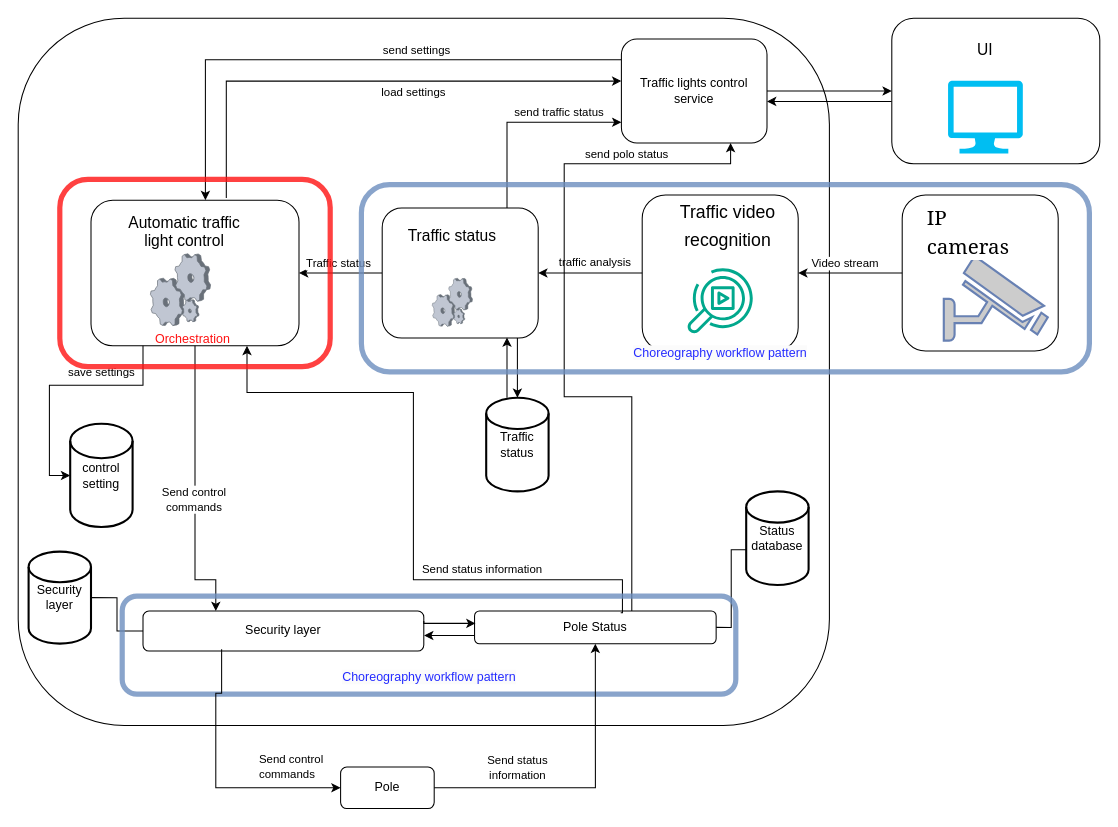
Before: Untitled Diagram.drawio in Mrazbb/OAMK_DDD, a draw.io diagram. Source tidied: cells renumbered, new cells numbered last; positions are measured from the earlier drawing's top-left corner, leaving out a move shared by most shapes. Both pictures are drawn from the tidied source at 104%, with x=0, y=0 at pixel (18, 18).
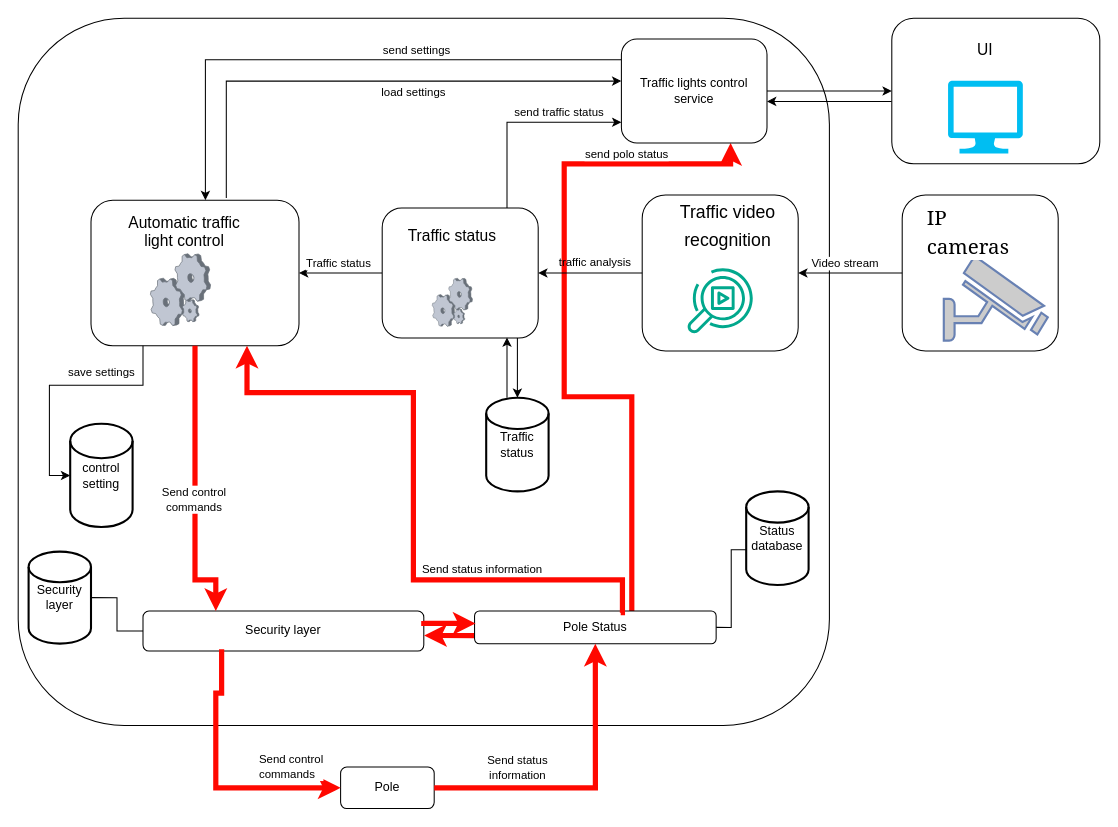
Above is the later version.

Commit message:
Architecture testing

The change refers to these unchanged cells:
```xml
<mxCell id="2" value="Pole" style="rounded=1;whiteSpace=wrap;html=1;" parent="1" vertex="1">
  <mxGeometry x="310" y="720" width="90" height="40" as="geometry" />
</mxCell>
<mxCell id="4" style="group;" parent="3" vertex="1">
  <mxGeometry x="-30" y="-300" width="790" height="680" as="geometry" />
</mxCell>
<mxCell id="6" value="Security layer" style="rounded=1;whiteSpace=wrap;html=1;" parent="4" vertex="1">
  <mxGeometry x="120" y="570" width="270" height="38.5" as="geometry" />
</mxCell>
<mxCell id="10" value="Pole Status" style="rounded=1;whiteSpace=wrap;html=1;" parent="4" vertex="1">
  <mxGeometry x="438.8" y="570" width="232.3" height="31.5" as="geometry" />
</mxCell>
<mxCell id="16" style="rounded=1;whiteSpace=wrap;html=1;" parent="4" vertex="1">
  <mxGeometry x="70" y="175" width="200" height="140" as="geometry" />
</mxCell>
<mxCell id="39" value="Traffic lights control service" style="rounded=1;whiteSpace=wrap;html=1;" parent="4" vertex="1">
  <mxGeometry x="580" y="20" width="140" height="100" as="geometry" />
</mxCell>
```

Diff of the diagram source:
```diff
@@
-    <mxCell id="7" style="edgeStyle=orthogonalEdgeStyle;shape=connector;rounded=0;jettySize=auto;html=1;exitX=0;exitY=0.75;exitDx=0;exitDy=0;labelBackgroundColor=default;strokeColor=default;align=center;verticalAlign=middle;fontFamily=Helvetica;fontSize=11;fontColor=default;endArrow=classic;entryX=1.001;entryY=0.612;entryDx=0;entryDy=0;entryPerimeter=0;" parent="4" edge="1" source="10" target="6">
+    <mxCell id="7" style="edgeStyle=orthogonalEdgeStyle;shape=connector;rounded=0;jettySize=auto;html=1;exitX=0;exitY=0.75;exitDx=0;exitDy=0;labelBackgroundColor=default;strokeColor=#FF0800;align=center;verticalAlign=middle;fontFamily=Helvetica;fontSize=11;fontColor=default;endArrow=classic;entryX=1.001;entryY=0.612;entryDx=0;entryDy=0;entryPerimeter=0;strokeWidth=5;" parent="4" edge="1" source="10" target="6">
       <mxGeometry relative="1" as="geometry" />
     </mxCell>
-    <mxCell id="8" style="edgeStyle=orthogonalEdgeStyle;shape=connector;rounded=0;jettySize=auto;html=1;entryX=0.75;entryY=1;entryDx=0;entryDy=0;labelBackgroundColor=default;strokeColor=default;align=center;verticalAlign=middle;fontFamily=Helvetica;fontSize=11;fontColor=default;endArrow=classic;" parent="4" edge="1" source="10" target="39">
+    <mxCell id="8" style="edgeStyle=orthogonalEdgeStyle;shape=connector;rounded=0;jettySize=auto;html=1;entryX=0.75;entryY=1;entryDx=0;entryDy=0;labelBackgroundColor=default;strokeColor=#FF0800;align=center;verticalAlign=middle;fontFamily=Helvetica;fontSize=11;fontColor=default;endArrow=classic;strokeWidth=5;" parent="4" edge="1" source="10" target="39">
       <mxGeometry relative="1" as="geometry">
         <Array as="points">
           <mxPoint x="590" y="364" />
           <mxPoint x="525" y="364" />
           <mxPoint x="525" y="140" />
           <mxPoint x="685" y="140" />
         </Array>
       </mxGeometry>
     </mxCell>
@@
-    <mxCell id="11" style="edgeStyle=orthogonalEdgeStyle;shape=connector;rounded=0;jettySize=auto;html=1;exitX=1;exitY=0.25;exitDx=0;exitDy=0;labelBackgroundColor=default;strokeColor=default;align=center;verticalAlign=middle;fontFamily=Helvetica;fontSize=11;fontColor=default;endArrow=classic;entryX=0.004;entryY=0.378;entryDx=0;entryDy=0;entryPerimeter=0;" parent="4" edge="1" source="6" target="10">
+    <mxCell id="11" style="edgeStyle=orthogonalEdgeStyle;shape=connector;rounded=0;jettySize=auto;html=1;exitX=1;exitY=0.25;exitDx=0;exitDy=0;labelBackgroundColor=default;strokeColor=#FF0800;align=center;verticalAlign=middle;fontFamily=Helvetica;fontSize=11;fontColor=default;endArrow=classic;entryX=0.004;entryY=0.378;entryDx=0;entryDy=0;entryPerimeter=0;strokeWidth=5;" parent="4" edge="1" source="6" target="10">
       <mxGeometry relative="1" as="geometry">
         <Array as="points">
           <mxPoint x="390" y="582" />
         </Array>
       </mxGeometry>
     </mxCell>
@@
-    <mxCell id="23" style="edgeStyle=orthogonalEdgeStyle;shape=connector;rounded=0;jettySize=auto;html=1;labelBackgroundColor=default;strokeColor=default;align=center;verticalAlign=middle;fontFamily=Helvetica;fontSize=11;fontColor=default;endArrow=classic;" parent="4" edge="1" source="16" target="6">
+    <mxCell id="23" style="edgeStyle=orthogonalEdgeStyle;shape=connector;rounded=0;jettySize=auto;html=1;labelBackgroundColor=default;strokeColor=#FF0800;align=center;verticalAlign=middle;fontFamily=Helvetica;fontSize=11;fontColor=default;endArrow=classic;strokeWidth=5;" parent="4" edge="1" source="16" target="6">
       <mxGeometry relative="1" as="geometry">
         <Array as="points">
           <mxPoint x="170" y="540" />
           <mxPoint x="190" y="540" />
         </Array>
       </mxGeometry>
     </mxCell>
@@
-    <mxCell id="28" style="edgeStyle=orthogonalEdgeStyle;shape=connector;rounded=0;jettySize=auto;html=1;exitX=0.605;exitY=0.054;exitDx=0;exitDy=0;labelBackgroundColor=default;strokeColor=default;align=center;verticalAlign=middle;fontFamily=Helvetica;fontSize=11;fontColor=default;endArrow=classic;exitPerimeter=0;entryX=0.75;entryY=1;entryDx=0;entryDy=0;" parent="4" edge="1" source="10" target="16">
+    <mxCell id="28" style="edgeStyle=orthogonalEdgeStyle;shape=connector;rounded=0;jettySize=auto;html=1;exitX=0.605;exitY=0.054;exitDx=0;exitDy=0;labelBackgroundColor=default;strokeColor=#FF0800;align=center;verticalAlign=middle;fontFamily=Helvetica;fontSize=11;fontColor=default;endArrow=classic;exitPerimeter=0;entryX=0.75;entryY=1;entryDx=0;entryDy=0;strokeWidth=5;" parent="4" edge="1" source="10" target="16">
       <mxGeometry relative="1" as="geometry">
         <Array as="points">
           <mxPoint x="581" y="540" />
           <mxPoint x="380" y="540" />
           <mxPoint x="380" y="360" />
           <mxPoint x="220" y="360" />
         </Array>
       </mxGeometry>
     </mxCell>
@@
-    <mxCell id="46" style="rounded=1;whiteSpace=wrap;html=1;fillColor=none;strokeColor=#6c8ebf;opacity=80;strokeWidth=5;" parent="4" vertex="1">
-      <mxGeometry x="100" y="555.7" width="590" height="94.3" as="geometry" />
-    </mxCell>
-    <mxCell id="47" value="&lt;span style=&quot;font-family: Helvetica; font-size: 12px; font-style: normal; font-variant-ligatures: normal; font-variant-caps: normal; font-weight: 400; letter-spacing: normal; orphans: 2; text-align: center; text-indent: 0px; text-transform: none; widows: 2; word-spacing: 0px; -webkit-text-stroke-width: 0px; background-color: rgb(251, 251, 251); text-decoration-thickness: initial; text-decoration-style: initial; text-decoration-color: initial; float: none; display: inline !important;&quot;&gt;&lt;font color=&quot;#242bff&quot;&gt;Choreography workflow pattern&lt;/font&gt;&lt;/span&gt;" style="text;whiteSpace=wrap;html=1;" parent="4" vertex="1">
-      <mxGeometry x="310" y="620" width="200" height="40" as="geometry" />
-    </mxCell>
-    <mxCell id="48" value="&lt;span style=&quot;font-family: Helvetica; font-size: 12px; font-style: normal; font-variant-ligatures: normal; font-variant-caps: normal; font-weight: 400; letter-spacing: normal; orphans: 2; text-align: center; text-indent: 0px; text-transform: none; widows: 2; word-spacing: 0px; -webkit-text-stroke-width: 0px; background-color: rgb(251, 251, 251); text-decoration-thickness: initial; text-decoration-style: initial; text-decoration-color: initial; float: none; display: inline !important;&quot;&gt;&lt;font color=&quot;#242bff&quot;&gt;Choreography workflow pattern&lt;/font&gt;&lt;/span&gt;" style="text;whiteSpace=wrap;html=1;" parent="4" vertex="1">
-      <mxGeometry x="590" y="307.5" width="200" height="40" as="geometry" />
-    </mxCell>
-    <mxCell id="49" style="rounded=1;whiteSpace=wrap;html=1;fillColor=none;strokeColor=#FF1212;opacity=80;strokeWidth=5;" parent="4" vertex="1">
-      <mxGeometry x="40" y="155" width="260" height="180" as="geometry" />
-    </mxCell>
-    <mxCell id="50" value="&lt;font color=&quot;#ff1212&quot;&gt;Orchestration&lt;/font&gt;" style="text;whiteSpace=wrap;html=1;" parent="4" vertex="1">
-      <mxGeometry x="130" y="295" width="200" height="40" as="geometry" />
-    </mxCell>
@@
-    <mxCell id="55" style="rounded=0;jettySize=auto;html=1;exitX=1;exitY=0.5;exitDx=0;exitDy=0;entryX=0.5;entryY=1;entryDx=0;entryDy=0;labelBackgroundColor=default;strokeColor=default;align=center;verticalAlign=middle;fontFamily=Helvetica;fontSize=11;fontColor=default;endArrow=classic;edgeStyle=orthogonalEdgeStyle;" parent="1" edge="1" source="2" target="10">
+    <mxCell id="55" style="rounded=0;jettySize=auto;html=1;exitX=1;exitY=0.5;exitDx=0;exitDy=0;entryX=0.5;entryY=1;entryDx=0;entryDy=0;labelBackgroundColor=default;strokeColor=#FF0800;align=center;verticalAlign=middle;fontFamily=Helvetica;fontSize=11;fontColor=default;endArrow=classic;edgeStyle=orthogonalEdgeStyle;strokeWidth=5;" parent="1" edge="1" source="2" target="10">
       <mxGeometry relative="1" as="geometry" />
     </mxCell>
@@
-    <mxCell id="57" value="Send control &lt;br&gt;commands" style="rounded=0;jettySize=auto;html=1;labelBorderColor=none;align=left;entryX=0;entryY=0.5;entryDx=0;entryDy=0;edgeStyle=orthogonalEdgeStyle;exitX=0.28;exitY=0.953;exitDx=0;exitDy=0;exitPerimeter=0;" parent="1" edge="1" source="6" target="2">
+    <mxCell id="57" value="Send control &lt;br&gt;commands" style="rounded=0;jettySize=auto;html=1;labelBorderColor=none;align=left;entryX=0;entryY=0.5;entryDx=0;entryDy=0;edgeStyle=orthogonalEdgeStyle;exitX=0.28;exitY=0.953;exitDx=0;exitDy=0;exitPerimeter=0;strokeColor=#FF0800;strokeWidth=5;" parent="1" edge="1" source="6" target="2">
       <mxGeometry x="0.38" y="20" relative="1" as="geometry">
         <Array as="points">
           <mxPoint x="196" y="649" />
           <mxPoint x="190" y="649" />
           <mxPoint x="190" y="740" />
         </Array>
       </mxGeometry>
     </mxCell>
@@
-    <mxCell id="66" style="rounded=1;whiteSpace=wrap;html=1;fillColor=none;strokeColor=#6c8ebf;opacity=80;strokeWidth=5;" parent="1" vertex="1">
-      <mxGeometry x="330" y="160" width="700" height="180" as="geometry" />
-    </mxCell>
```
